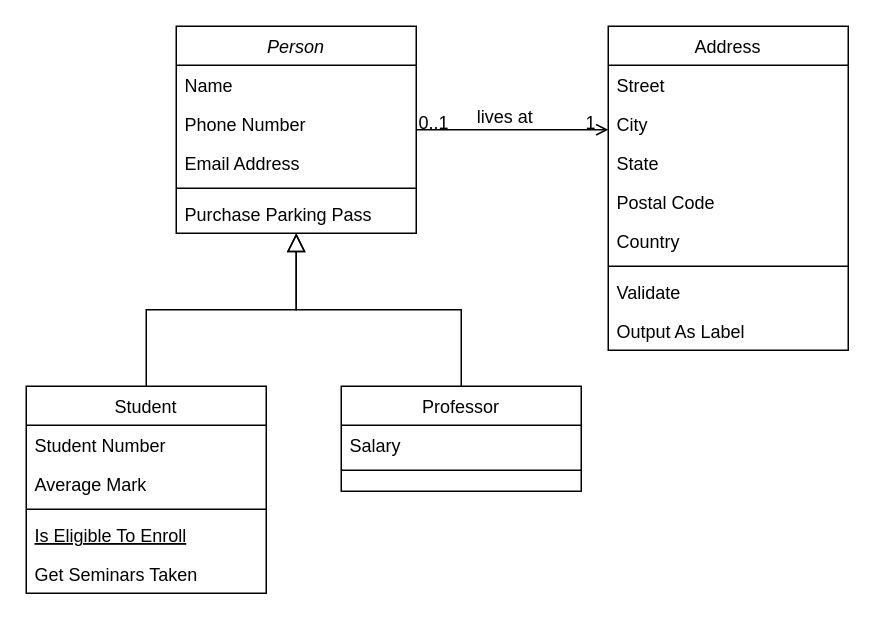
This is taylorverse.drawio from florenciacastro95/taylorversedraw, a draw.io file, before an edit. Source tidied: cells renumbered, new cells numbered last; positions are measured from the earlier drawing's top-left corner, leaving out a move shared by most shapes. Both pictures are drawn from the tidied source at 150%, with x=0, y=0 at pixel (26, 26).
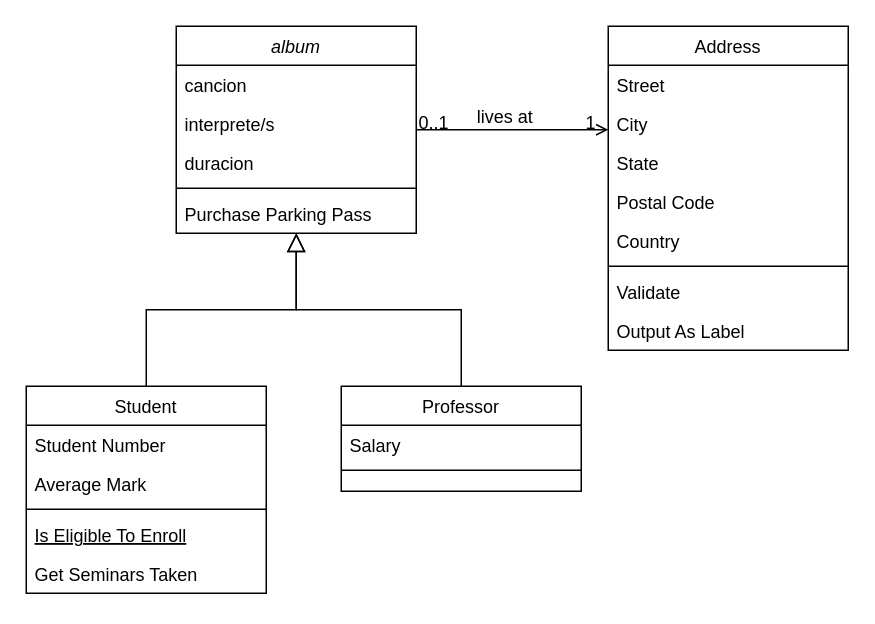
The same page after the edit.

Change to the diagram source:
```diff
@@
-    <mxCell id="2" value="Person" style="swimlane;fontStyle=2;align=center;verticalAlign=top;horizontal=1;startSize=26;rounded=0;shadow=0;strokeWidth=1;" parent="1" vertex="1">
+    <mxCell id="2" value="album" style="swimlane;fontStyle=2;align=center;verticalAlign=top;horizontal=1;startSize=26;rounded=0;shadow=0;strokeWidth=1;" parent="1" vertex="1">
       <mxGeometry x="100" width="160" height="138" as="geometry" />
     </mxCell>
-    <mxCell id="3" value="Name" style="text;align=left;verticalAlign=top;spacingLeft=4;spacingRight=4;overflow=hidden;" parent="2" vertex="1">
+    <mxCell id="3" value="cancion" style="text;align=left;verticalAlign=top;spacingLeft=4;spacingRight=4;overflow=hidden;" parent="2" vertex="1">
       <mxGeometry y="26" width="160" height="26" as="geometry" />
     </mxCell>
-    <mxCell id="4" value="Phone Number" style="text;align=left;verticalAlign=top;spacingLeft=4;spacingRight=4;overflow=hidden;rounded=0;shadow=0;html=0;" parent="2" vertex="1">
+    <mxCell id="4" value="interprete/s" style="text;align=left;verticalAlign=top;spacingLeft=4;spacingRight=4;overflow=hidden;rounded=0;shadow=0;html=0;" parent="2" vertex="1">
       <mxGeometry y="52" width="160" height="26" as="geometry" />
     </mxCell>
-    <mxCell id="5" value="Email Address" style="text;align=left;verticalAlign=top;spacingLeft=4;spacingRight=4;overflow=hidden;rounded=0;shadow=0;html=0;" parent="2" vertex="1">
+    <mxCell id="5" value="duracion" style="text;align=left;verticalAlign=top;spacingLeft=4;spacingRight=4;overflow=hidden;rounded=0;shadow=0;html=0;" parent="2" vertex="1">
       <mxGeometry y="78" width="160" height="26" as="geometry" />
     </mxCell>
```
